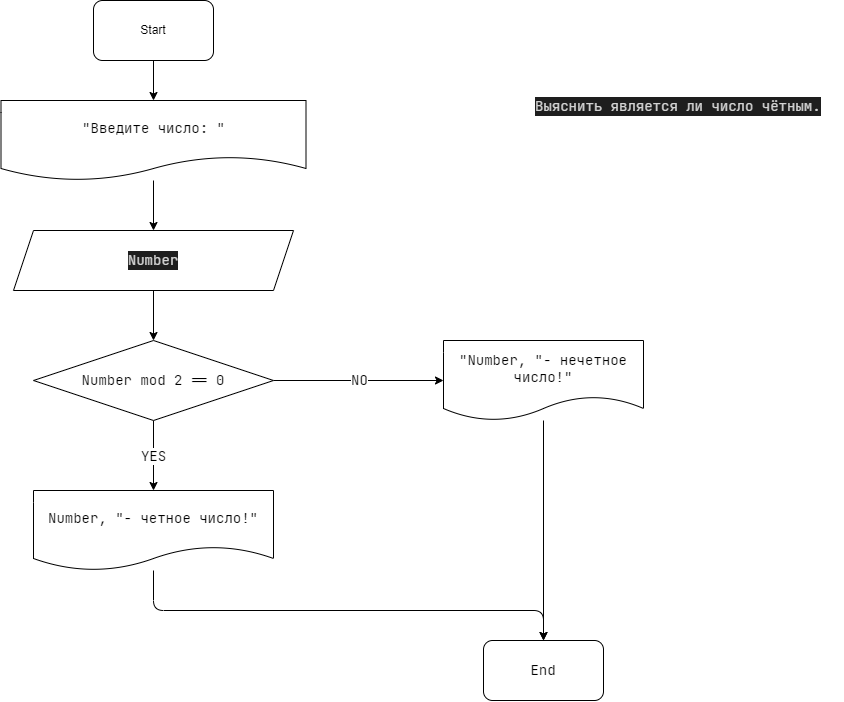
Before: Csharp_seminar1/Homework/Task6_IsEven/Task6_IsEven.drawio.png, a diagram exported from draw.io (Trofpa/ProgsCsharp). Source tidied: cells renumbered, new cells last; positions are measured from the earlier drawing's top-left corner, leaving out a move shared by most shapes.
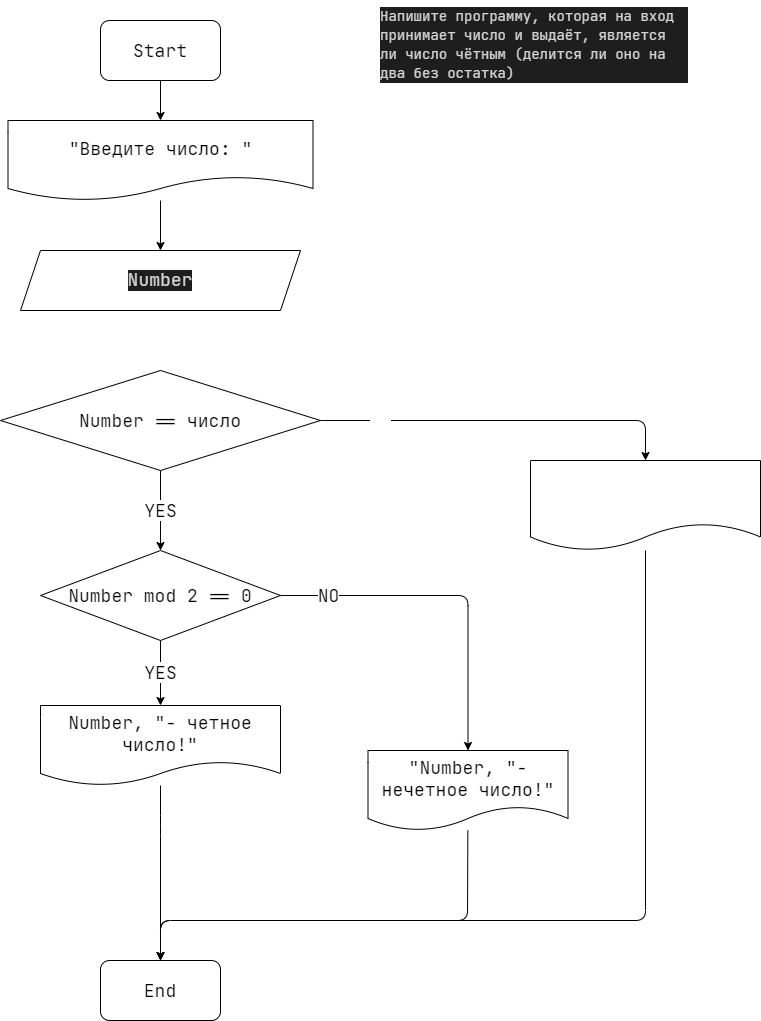
Later version of the same file.

Commit message:
Corrected IsNumber condition in Task 2 Task 6 is updated Block diagrams for tasks 2 and 6 updated

What changed in the source:
```diff
@@ -2,55 +2,84 @@
   <root>
     <mxCell id="0" />
     <mxCell id="1" parent="0" />
-    <mxCell id="2" value="&lt;div style=&quot;color: rgb(212, 212, 212); background-color: rgb(30, 30, 30); font-family: &amp;quot;jetbrains mono&amp;quot;, &amp;quot;jetbrains mono&amp;quot;, monospace, consolas, &amp;quot;courier new&amp;quot;, monospace; font-weight: normal; font-size: 14px; line-height: 19px;&quot;&gt;&lt;div&gt;&lt;span style=&quot;color: #d4d4d4&quot;&gt;Выяснить является ли число чётным.&lt;/span&gt;&lt;/div&gt;&lt;/div&gt;" style="text;whiteSpace=wrap;html=1;" parent="1" vertex="1">
-      <mxGeometry x="532" y="90" width="310" height="30" as="geometry" />
+    <mxCell id="2" value="&lt;div style=&quot;color: rgb(212 , 212 , 212) ; background-color: rgb(30 , 30 , 30) ; font-family: &amp;#34;jetbrains mono&amp;#34; , &amp;#34;jetbrains mono&amp;#34; , monospace , &amp;#34;consolas&amp;#34; , &amp;#34;courier new&amp;#34; , monospace ; font-weight: normal ; font-size: 14px ; line-height: 19px&quot;&gt;Напишите программу, которая на вход принимает число и выдаёт, является ли число чётным (делится ли оно на два без остатка)&lt;br&gt;&lt;/div&gt;" style="text;whiteSpace=wrap;html=1;" parent="1" vertex="1">
+      <mxGeometry x="359.5" width="310" height="100" as="geometry" />
     </mxCell>
     <mxCell id="3" style="edgeStyle=none;html=1;fontFamily=JetBrains Mono;fontSize=14;" parent="1" edge="1" source="4" target="8">
       <mxGeometry relative="1" as="geometry" />
     </mxCell>
-    <mxCell id="4" value="Start" style="rounded=1;whiteSpace=wrap;html=1;" parent="1" vertex="1">
-      <mxGeometry x="92" width="120" height="60" as="geometry" />
+    <mxCell id="4" value="&lt;font style=&quot;font-size: 18px&quot; face=&quot;JetBrains Mono&quot;&gt;Start&lt;/font&gt;" style="rounded=1;whiteSpace=wrap;html=1;" parent="1" vertex="1">
+      <mxGeometry x="82" y="20" width="120" height="60" as="geometry" />
     </mxCell>
-    <mxCell id="5" style="edgeStyle=none;html=1;fontFamily=JetBrains Mono;fontSize=14;" parent="1" edge="1" source="6" target="11">
-      <mxGeometry relative="1" as="geometry" />
-    </mxCell>
-    <mxCell id="6" value="&lt;div style=&quot;color: rgb(212 , 212 , 212) ; background-color: rgb(30 , 30 , 30) ; font-family: &amp;#34;jetbrains mono&amp;#34; , &amp;#34;jetbrains mono&amp;#34; , monospace , &amp;#34;consolas&amp;#34; , &amp;#34;courier new&amp;#34; , monospace ; line-height: 19px&quot;&gt;Number&lt;/div&gt;" style="shape=parallelogram;perimeter=parallelogramPerimeter;whiteSpace=wrap;html=1;fixedSize=1;fontFamily=JetBrains Mono;fontSize=14;" parent="1" vertex="1">
-      <mxGeometry x="12" y="230" width="280" height="60" as="geometry" />
+    <mxCell id="6" value="&lt;div style=&quot;color: rgb(212 , 212 , 212) ; background-color: rgb(30 , 30 , 30) ; line-height: 19px&quot;&gt;&lt;font style=&quot;font-size: 18px&quot;&gt;Number&lt;/font&gt;&lt;/div&gt;" style="shape=parallelogram;perimeter=parallelogramPerimeter;whiteSpace=wrap;html=1;fixedSize=1;fontFamily=JetBrains Mono;fontSize=14;" parent="1" vertex="1">
+      <mxGeometry x="2" y="250" width="280" height="60" as="geometry" />
     </mxCell>
     <mxCell id="7" style="edgeStyle=none;html=1;fontFamily=JetBrains Mono;fontSize=14;" parent="1" edge="1" source="8" target="6">
       <mxGeometry relative="1" as="geometry" />
     </mxCell>
-    <mxCell id="8" value="&quot;Введите число: &quot;" style="shape=document;whiteSpace=wrap;html=1;boundedLbl=1;fontFamily=JetBrains Mono;fontSize=14;" parent="1" vertex="1">
-      <mxGeometry x="-0.5" y="100" width="305" height="80" as="geometry" />
+    <mxCell id="8" value="&lt;font style=&quot;font-size: 18px&quot;&gt;&quot;Введите число: &quot;&lt;/font&gt;" style="shape=document;whiteSpace=wrap;html=1;boundedLbl=1;fontFamily=JetBrains Mono;fontSize=14;" parent="1" vertex="1">
+      <mxGeometry x="-10.5" y="120" width="305" height="80" as="geometry" />
     </mxCell>
-    <mxCell id="9" value="YES" style="edgeStyle=none;html=1;fontFamily=JetBrains Mono;fontSize=14;" parent="1" edge="1" source="11" target="15">
+    <mxCell id="9" value="&lt;font style=&quot;font-size: 18px&quot;&gt;YES&lt;/font&gt;" style="edgeStyle=none;html=1;fontFamily=JetBrains Mono;fontSize=14;" parent="1" edge="1" source="11" target="15">
       <mxGeometry relative="1" as="geometry" />
     </mxCell>
-    <mxCell id="10" value="NO" style="edgeStyle=none;html=1;exitX=1;exitY=0.5;exitDx=0;exitDy=0;entryX=0;entryY=0.5;entryDx=0;entryDy=0;fontFamily=JetBrains Mono;fontSize=14;" parent="1" edge="1" source="11" target="13">
-      <mxGeometry relative="1" as="geometry" />
+    <mxCell id="10" value="&lt;font style=&quot;font-size: 18px&quot;&gt;NO&lt;/font&gt;" style="edgeStyle=none;html=1;exitX=1;exitY=0.5;exitDx=0;exitDy=0;entryX=0.5;entryY=0;entryDx=0;entryDy=0;fontFamily=JetBrains Mono;fontSize=14;" parent="1" edge="1" source="11" target="13">
+      <mxGeometry x="-0.72" relative="1" as="geometry">
+        <Array as="points">
+          <mxPoint x="449.5" y="595" />
+        </Array>
+      </mxGeometry>
     </mxCell>
-    <mxCell id="11" value="Number mod 2 == 0" style="rhombus;whiteSpace=wrap;html=1;fontFamily=JetBrains Mono;fontSize=14;" parent="1" vertex="1">
-      <mxGeometry x="32" y="340" width="240" height="80" as="geometry" />
+    <mxCell id="11" value="&lt;font style=&quot;font-size: 18px&quot;&gt;Number mod 2 == 0&lt;/font&gt;" style="rhombus;whiteSpace=wrap;html=1;fontFamily=JetBrains Mono;fontSize=14;" parent="1" vertex="1">
+      <mxGeometry x="22" y="550" width="240" height="90" as="geometry" />
     </mxCell>
     <mxCell id="12" style="edgeStyle=none;html=1;fontFamily=JetBrains Mono;fontSize=14;entryX=0.5;entryY=0;entryDx=0;entryDy=0;" parent="1" edge="1" source="13" target="16">
-      <mxGeometry relative="1" as="geometry" />
+      <mxGeometry relative="1" as="geometry">
+        <Array as="points">
+          <mxPoint x="449" y="920" />
+          <mxPoint x="142" y="920" />
+        </Array>
+      </mxGeometry>
     </mxCell>
-    <mxCell id="13" value="&lt;span&gt;&quot;&lt;/span&gt;&lt;span&gt;Number, &quot;- нечетное число!&quot;&lt;/span&gt;" style="shape=document;whiteSpace=wrap;html=1;boundedLbl=1;fontFamily=JetBrains Mono;fontSize=14;" parent="1" vertex="1">
-      <mxGeometry x="442" y="340" width="200" height="80" as="geometry" />
+    <mxCell id="13" value="&lt;font style=&quot;font-size: 18px&quot;&gt;&lt;span&gt;&quot;&lt;/span&gt;&lt;span&gt;Number, &quot;- нечетное число!&quot;&lt;/span&gt;&lt;/font&gt;" style="shape=document;whiteSpace=wrap;html=1;boundedLbl=1;fontFamily=JetBrains Mono;fontSize=14;" parent="1" vertex="1">
+      <mxGeometry x="349.5" y="750" width="200" height="80" as="geometry" />
     </mxCell>
     <mxCell id="14" style="edgeStyle=none;html=1;fontFamily=JetBrains Mono;fontSize=14;entryX=0.5;entryY=0;entryDx=0;entryDy=0;" parent="1" edge="1" source="15" target="16">
       <mxGeometry relative="1" as="geometry">
         <Array as="points">
-          <mxPoint x="152" y="610" />
-          <mxPoint x="542" y="610" />
+          <mxPoint x="142" y="825" />
         </Array>
       </mxGeometry>
     </mxCell>
-    <mxCell id="15" value="Number, &quot;- четное число!&quot;" style="shape=document;whiteSpace=wrap;html=1;boundedLbl=1;fontFamily=JetBrains Mono;fontSize=14;" parent="1" vertex="1">
-      <mxGeometry x="32" y="490" width="240" height="80" as="geometry" />
+    <mxCell id="15" value="&lt;font style=&quot;font-size: 18px&quot;&gt;Number, &quot;- четное число!&quot;&lt;/font&gt;" style="shape=document;whiteSpace=wrap;html=1;boundedLbl=1;fontFamily=JetBrains Mono;fontSize=14;" parent="1" vertex="1">
+      <mxGeometry x="22" y="705" width="240" height="80" as="geometry" />
     </mxCell>
-    <mxCell id="16" value="End" style="rounded=1;whiteSpace=wrap;html=1;fontFamily=JetBrains Mono;fontSize=14;" parent="1" vertex="1">
-      <mxGeometry x="482" y="640" width="120" height="60" as="geometry" />
+    <mxCell id="16" value="&lt;font style=&quot;font-size: 18px&quot;&gt;End&lt;/font&gt;" style="rounded=1;whiteSpace=wrap;html=1;fontFamily=JetBrains Mono;fontSize=14;" parent="1" vertex="1">
+      <mxGeometry x="82" y="960" width="120" height="60" as="geometry" />
     </mxCell>
+    <mxCell id="17" value="YES" style="edgeStyle=none;html=1;fontFamily=JetBrains Mono;fontSize=18;" parent="1" edge="1" source="5" target="11">
+      <mxGeometry relative="1" as="geometry" />
+    </mxCell>
+    <mxCell id="18" value="NO" style="edgeStyle=none;html=1;exitX=1;exitY=0.5;exitDx=0;exitDy=0;entryX=0.5;entryY=0;entryDx=0;entryDy=0;fontFamily=JetBrains Mono;fontSize=18;fontColor=#FFFFFF;" parent="1" edge="1" source="5" target="20">
+      <mxGeometry x="-0.67" relative="1" as="geometry">
+        <Array as="points">
+          <mxPoint x="627" y="420" />
+        </Array>
+      </mxGeometry>
+    </mxCell>
+    <mxCell id="5" value="&lt;font face=&quot;JetBrains Mono&quot; style=&quot;font-size: 18px&quot;&gt;Number == число&lt;br&gt;&lt;/font&gt;" style="rhombus;whiteSpace=wrap;html=1;" parent="1" vertex="1">
+      <mxGeometry x="-18" y="370" width="320" height="100" as="geometry" />
+    </mxCell>
+    <mxCell id="19" style="edgeStyle=none;html=1;fontFamily=JetBrains Mono;fontSize=18;fontColor=#FFFFFF;entryX=0.5;entryY=0;entryDx=0;entryDy=0;" parent="1" edge="1" source="20" target="16">
+      <mxGeometry relative="1" as="geometry">
+        <Array as="points">
+          <mxPoint x="627" y="920" />
+          <mxPoint x="142" y="920" />
+        </Array>
+      </mxGeometry>
+    </mxCell>
+    <mxCell id="20" value="&lt;div style=&quot;line-height: 19px&quot;&gt;&lt;font color=&quot;#ffffff&quot; style=&quot;font-size: 18px&quot;&gt;&quot;Введенный символ не является числом!&quot;&lt;/font&gt;&lt;/div&gt;" style="shape=document;whiteSpace=wrap;html=1;boundedLbl=1;fontFamily=JetBrains Mono;fontSize=14;" parent="1" vertex="1">
+      <mxGeometry x="512" y="460" width="230" height="90" as="geometry" />
+    </mxCell>
   </root>
 </mxGraphModel>
```
